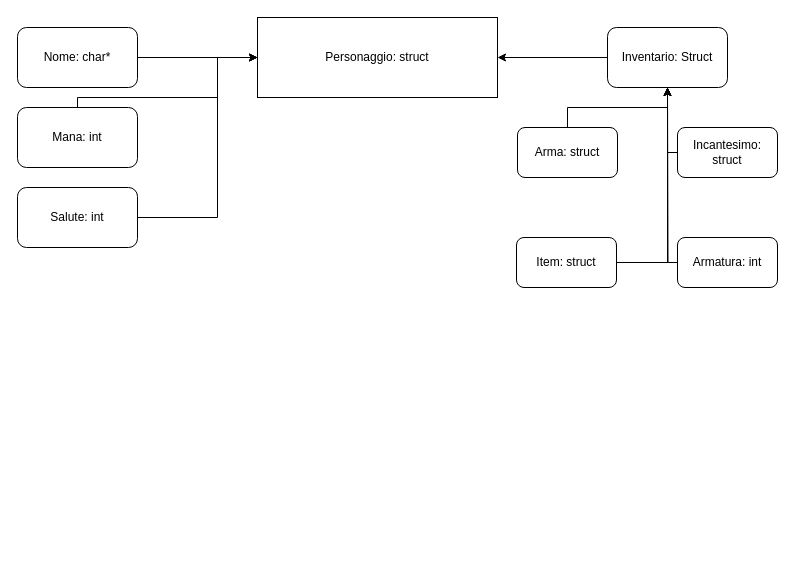
Above: page "Personaggio e nemico" (1 of 4) of TNAGDR_PG_Meccaniche.drawio in ForeverExe/TotallyNotAGDR (draw.io), before the change. Source tidied: cells renumbered, new cells numbered last; positions are measured from the earlier drawing's top-left corner, leaving out a move shared by most shapes. Both pictures are drawn from the tidied source at 100%, with x=0, y=0 at pixel (17, 17).
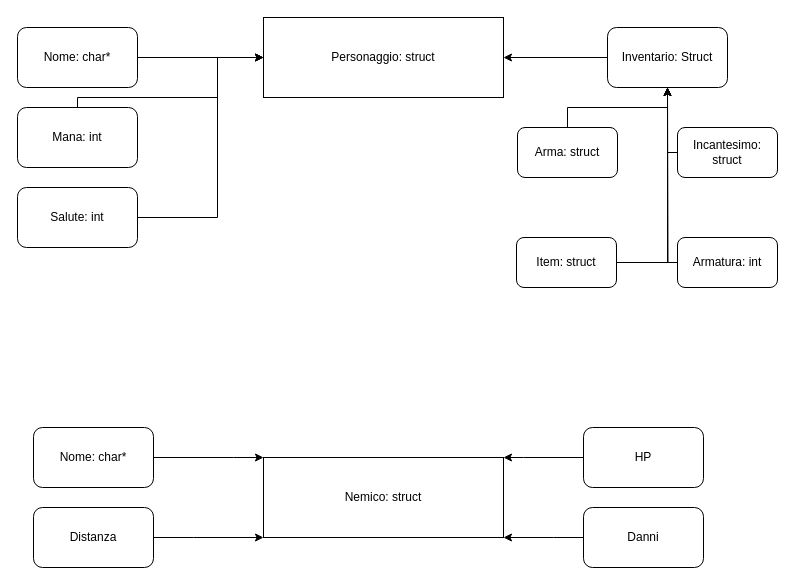
The same page after the edit.

What changed in the source:
```diff
@@
     <mxCell id="2" value="Personaggio: struct" style="rounded=0;whiteSpace=wrap;html=1;" parent="1" vertex="1">
-      <mxGeometry x="240" width="240" height="80" as="geometry" />
+      <mxGeometry x="246" width="240" height="80" as="geometry" />
     </mxCell>
@@
+    <mxCell id="19" value="Nemico: struct" style="rounded=0;whiteSpace=wrap;html=1;" parent="1" vertex="1">
+      <mxGeometry x="246" y="440" width="240" height="80" as="geometry" />
+    </mxCell>
+    <mxCell id="20" style="edgeStyle=orthogonalEdgeStyle;rounded=0;jettySize=auto;html=1;entryX=1;entryY=0;entryDx=0;entryDy=0;" parent="1" edge="1" source="21" target="19">
+      <mxGeometry relative="1" as="geometry">
+        <Array as="points">
+          <mxPoint x="506" y="440" />
+          <mxPoint x="506" y="440" />
+        </Array>
+      </mxGeometry>
+    </mxCell>
+    <mxCell id="21" value="HP" style="rounded=1;whiteSpace=wrap;html=1;" parent="1" vertex="1">
+      <mxGeometry x="566" y="410" width="120" height="60" as="geometry" />
+    </mxCell>
+    <mxCell id="22" style="edgeStyle=orthogonalEdgeStyle;rounded=0;jettySize=auto;html=1;entryX=0;entryY=1;entryDx=0;entryDy=0;" parent="1" edge="1" source="23" target="19">
+      <mxGeometry relative="1" as="geometry">
+        <Array as="points">
+          <mxPoint x="176" y="520" />
+          <mxPoint x="176" y="520" />
+        </Array>
+      </mxGeometry>
+    </mxCell>
+    <mxCell id="23" value="Distanza" style="rounded=1;whiteSpace=wrap;html=1;" parent="1" vertex="1">
+      <mxGeometry x="16" y="490" width="120" height="60" as="geometry" />
+    </mxCell>
+    <mxCell id="24" style="edgeStyle=orthogonalEdgeStyle;rounded=0;jettySize=auto;html=1;entryX=1;entryY=1;entryDx=0;entryDy=0;" parent="1" edge="1" source="25" target="19">
+      <mxGeometry relative="1" as="geometry">
+        <Array as="points">
+          <mxPoint x="536" y="520" />
+          <mxPoint x="536" y="520" />
+        </Array>
+      </mxGeometry>
+    </mxCell>
+    <mxCell id="25" value="Danni" style="rounded=1;whiteSpace=wrap;html=1;" parent="1" vertex="1">
+      <mxGeometry x="566" y="490" width="120" height="60" as="geometry" />
+    </mxCell>
+    <mxCell id="26" style="edgeStyle=orthogonalEdgeStyle;rounded=0;jettySize=auto;html=1;entryX=0;entryY=0;entryDx=0;entryDy=0;" parent="1" edge="1" source="27" target="19">
+      <mxGeometry relative="1" as="geometry">
+        <Array as="points">
+          <mxPoint x="216" y="440" />
+          <mxPoint x="216" y="440" />
+        </Array>
+      </mxGeometry>
+    </mxCell>
+    <mxCell id="27" value="Nome: char*" style="rounded=1;whiteSpace=wrap;html=1;" parent="1" vertex="1">
+      <mxGeometry x="16" y="410" width="120" height="60" as="geometry" />
+    </mxCell>
```
